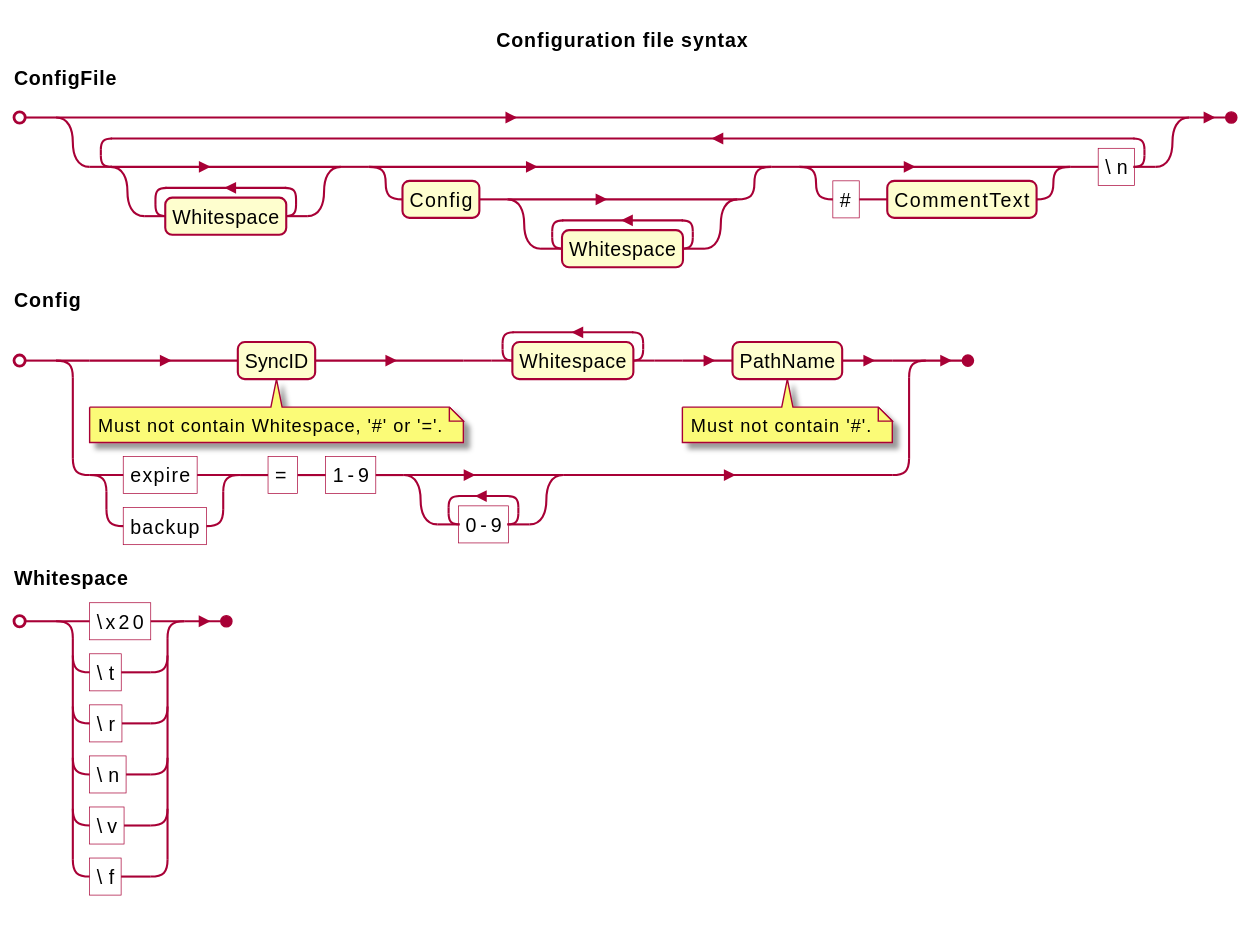
Above: doc/psyncConf.svg in kobayasy/pSync (PlantUML), before the change.
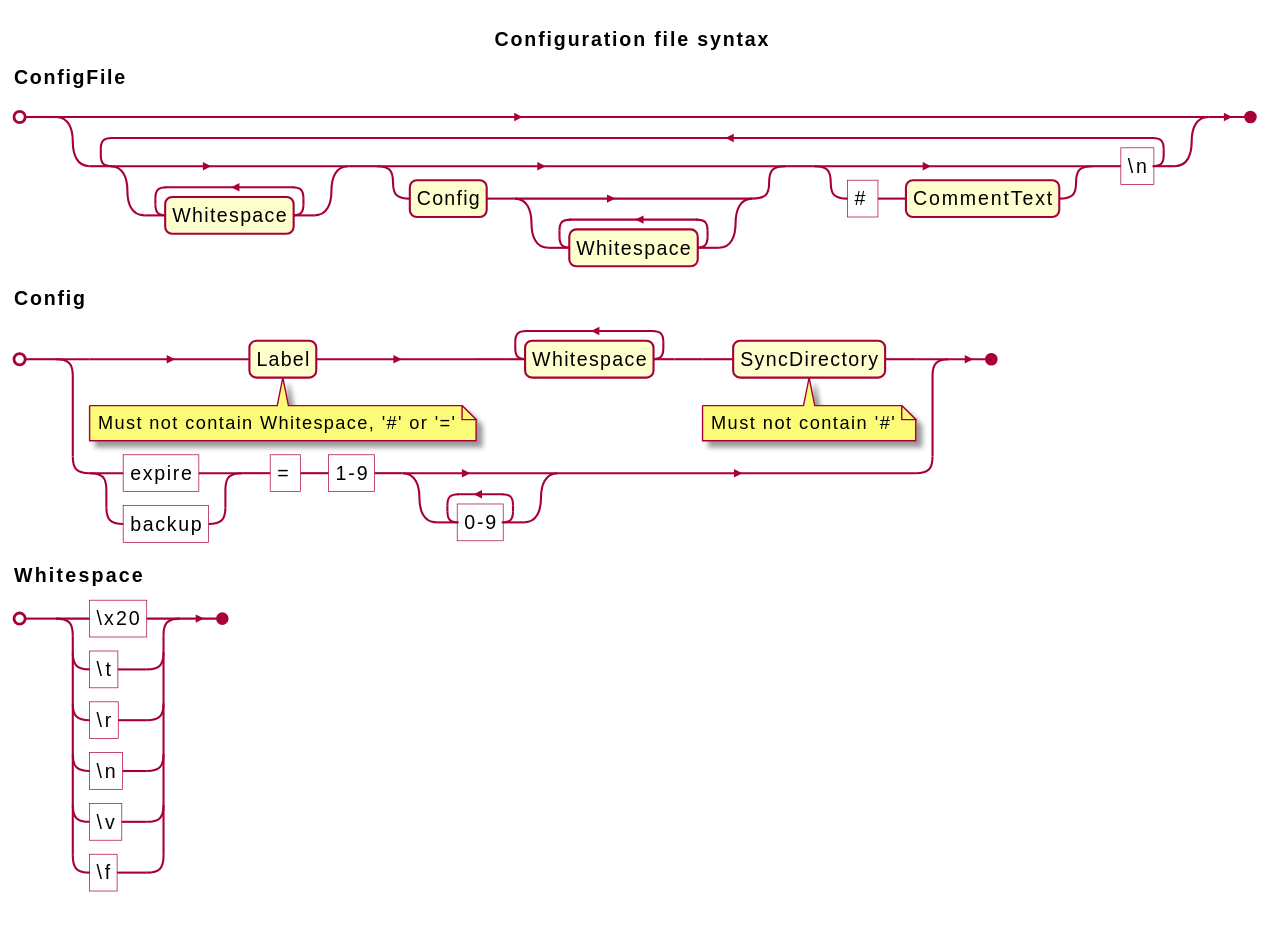
Later version of the same file.

Diff of the diagram source:
```diff
@@ -1,9 +1,11 @@
 @startebnf
-skin rose
 title Configuration file syntax
 
+skin rose
+'skinparam BackgroundColor transparent
+
 ConfigFile={{Whitespace},[Config,{Whitespace}],["#",CommentText],"\n"};
-Config=(SyncID(*Must not contain Whitespace, '#' or '='.*),{Whitespace}-,PathName(*Must not contain '#'.*)|("expire"|"backup"),"=","1-9",{"0-9"});
+Config=(Label(*Must not contain Whitespace, '#' or '='*),{Whitespace}-,SyncDirectory(*Must not contain '#'*)|("expire"|"backup"),"=","1-9",{"0-9"});
 Whitespace="\x20"|"\t"|"\r"|"\n"|"\v"|"\f";
 
 @endebnf
```
